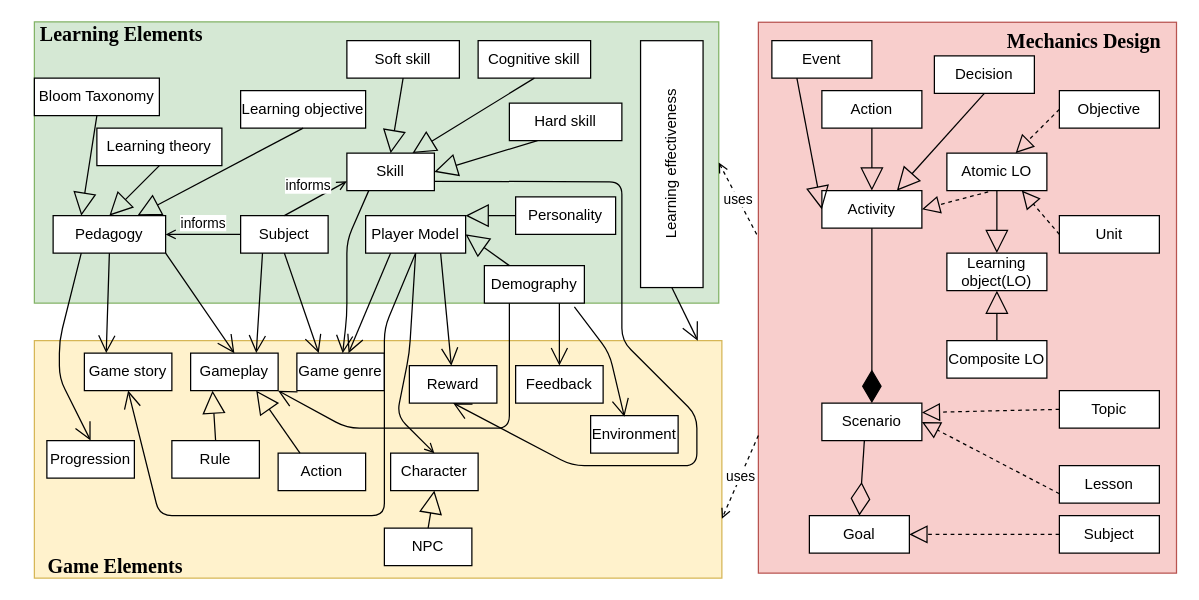
This is page "TheModel" (1 of 6) of TheModel.drawio from Kibolabs/Diagrams, a draw.io file, before an edit. Source tidied: cells renumbered, new cells numbered last; positions are measured from the earlier drawing's top-left corner, leaving out a move shared by most shapes. Both pictures are drawn from the tidied source at 125%, with x=0, y=0 at pixel (34, 21).
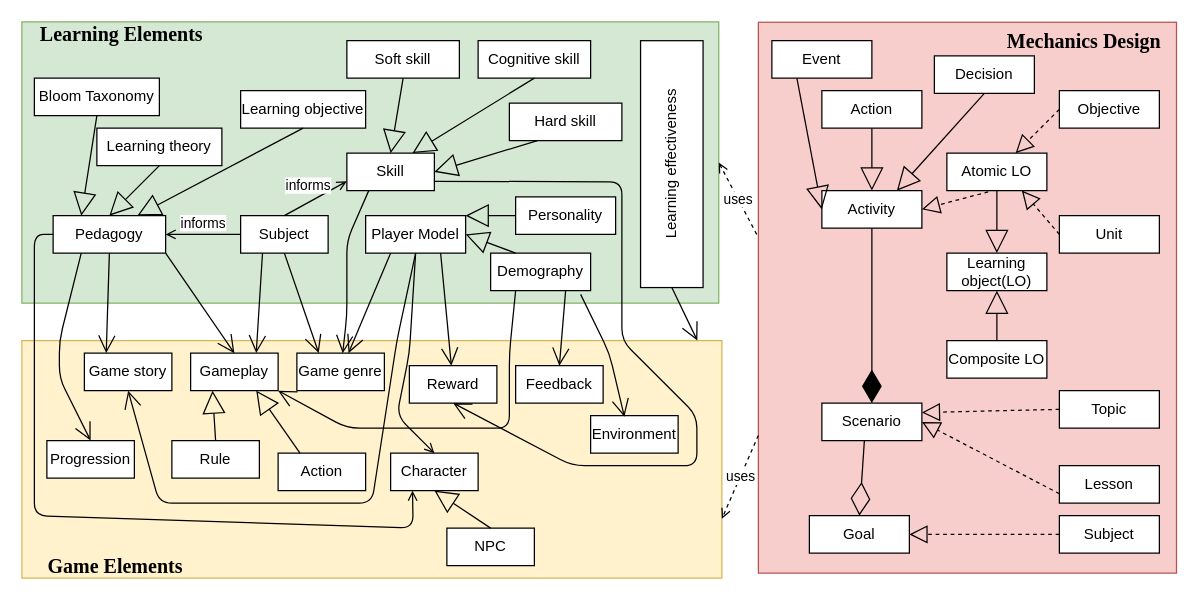
The same diagram, later.

The change refers to these unchanged cells:
```xml
<mxCell id="5" value="Player Model" style="rounded=0;whiteSpace=wrap;html=1;" parent="1" vertex="1">
  <mxGeometry x="265" y="155" width="80" height="30" as="geometry" />
</mxCell>
<mxCell id="8" value="Pedagogy" style="rounded=0;whiteSpace=wrap;html=1;" parent="1" vertex="1">
  <mxGeometry x="15" y="155" width="90" height="30" as="geometry" />
</mxCell>
<mxCell id="27" value="Game story" style="rounded=0;whiteSpace=wrap;html=1;" parent="1" vertex="1">
  <mxGeometry x="40" y="265" width="70" height="30" as="geometry" />
</mxCell>
<mxCell id="34" value="Character" style="rounded=0;whiteSpace=wrap;html=1;" parent="1" vertex="1">
  <mxGeometry x="285" y="345" width="70" height="30" as="geometry" />
</mxCell>
```

The edit, as a diff of the source:
```diff
@@
     <mxCell id="3" style="rounded=0;whiteSpace=wrap;html=1;fillColor=#fff2cc;strokeColor=#d6b656;" parent="1" vertex="1">
-      <mxGeometry y="255" width="550" height="190" as="geometry" />
+      <mxGeometry x="-10" y="255" width="560" height="190" as="geometry" />
     </mxCell>
     <mxCell id="4" style="rounded=0;whiteSpace=wrap;html=1;fillColor=#d5e8d4;strokeColor=#82b366;" parent="1" vertex="1">
-      <mxGeometry width="547.5" height="225" as="geometry" />
+      <mxGeometry x="-10" width="557.5" height="225" as="geometry" />
     </mxCell>
@@
     <mxCell id="15" value="Demography" style="rounded=0;whiteSpace=wrap;html=1;" parent="1" vertex="1">
-      <mxGeometry x="360" y="195" width="80" height="30" as="geometry" />
+      <mxGeometry x="365" y="185" width="80" height="30" as="geometry" />
     </mxCell>
@@
     <mxCell id="35" value="NPC" style="rounded=0;whiteSpace=wrap;html=1;" parent="1" vertex="1">
-      <mxGeometry x="280" y="405" width="70" height="30" as="geometry" />
+      <mxGeometry x="330" y="405" width="70" height="30" as="geometry" />
     </mxCell>
@@
     <mxCell id="72" style="endArrow=open;endFill=1;endSize=12;html=1;exitX=0.5;exitY=1;exitDx=0;exitDy=0;entryX=0.5;entryY=1;entryDx=0;entryDy=0;" parent="1" edge="1" source="5" target="27">
       <mxGeometry relative="1" as="geometry">
         <Array as="points">
-          <mxPoint x="280" y="245" />
-          <mxPoint x="280" y="395" />
-          <mxPoint x="100" y="395" />
+          <mxPoint x="290" y="255" />
+          <mxPoint x="270" y="385" />
+          <mxPoint x="100" y="385" />
         </Array>
       </mxGeometry>
     </mxCell>
@@
+    <mxCell id="89" style="endArrow=open;html=1;exitX=0;exitY=0.5;exitDx=0;exitDy=0;entryX=0.25;entryY=1;entryDx=0;entryDy=0;endFill=0;" parent="1" edge="1" source="8" target="34">
+      <mxGeometry relative="1" as="geometry">
+        <Array as="points">
+          <mxPoint y="170" />
+          <mxPoint y="395" />
+          <mxPoint x="303" y="405" />
+        </Array>
+      </mxGeometry>
+    </mxCell>
```
